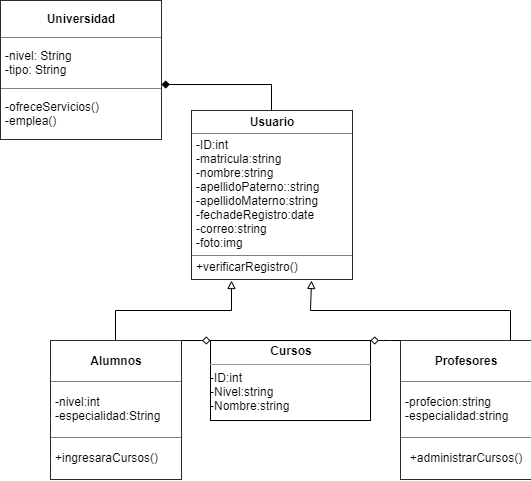
Earlier version of the draw.io export diagrama de clases.png (carlmrx/registros-escolares). Source tidied: cells renumbered, new cells last; positions are measured from the earlier drawing's top-left corner, leaving out a move shared by most shapes.
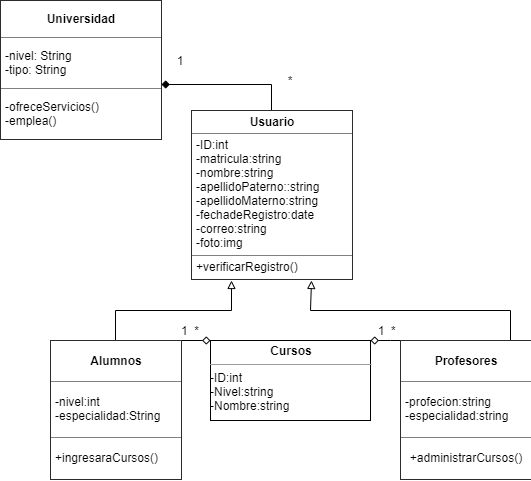
The same diagram one commit later.

What changed in the source:
```diff
@@ -42,5 +42,17 @@
     <mxCell id="11" value="&lt;p style=&quot;margin: 0px ; margin-top: 4px ; text-align: center&quot;&gt;&lt;b&gt;Cursos&lt;/b&gt;&lt;/p&gt;&lt;hr size=&quot;1&quot;&gt;&lt;div style=&quot;height: 2px&quot;&gt;-ID:int&lt;br&gt;-Nivel:string&lt;br&gt;-Nombre:string&lt;br&gt;&lt;/div&gt;" style="verticalAlign=top;align=left;overflow=fill;fontSize=12;fontFamily=Helvetica;html=1;" parent="1" vertex="1">
       <mxGeometry x="210" y="340" width="160" height="80" as="geometry" />
     </mxCell>
+    <mxCell id="12" value="1" style="text;html=1;strokeColor=none;fillColor=none;align=center;verticalAlign=middle;whiteSpace=wrap;rounded=0;" parent="1" vertex="1">
+      <mxGeometry x="160" y="50" width="40" height="20" as="geometry" />
+    </mxCell>
+    <mxCell id="13" value="*" style="text;html=1;strokeColor=none;fillColor=none;align=center;verticalAlign=middle;whiteSpace=wrap;rounded=0;" parent="1" vertex="1">
+      <mxGeometry x="270" y="70" width="40" height="20" as="geometry" />
+    </mxCell>
+    <mxCell id="14" value="1&amp;nbsp; *" style="text;html=1;strokeColor=none;fillColor=none;align=center;verticalAlign=middle;whiteSpace=wrap;rounded=0;" parent="1" vertex="1">
+      <mxGeometry x="170" y="320" width="40" height="20" as="geometry" />
+    </mxCell>
+    <mxCell id="15" value="1&amp;nbsp; *&amp;nbsp;&amp;nbsp;" style="text;html=1;strokeColor=none;fillColor=none;align=center;verticalAlign=middle;whiteSpace=wrap;rounded=0;" parent="1" vertex="1">
+      <mxGeometry x="370" y="320" width="40" height="20" as="geometry" />
+    </mxCell>
   </root>
 </mxGraphModel>
```
